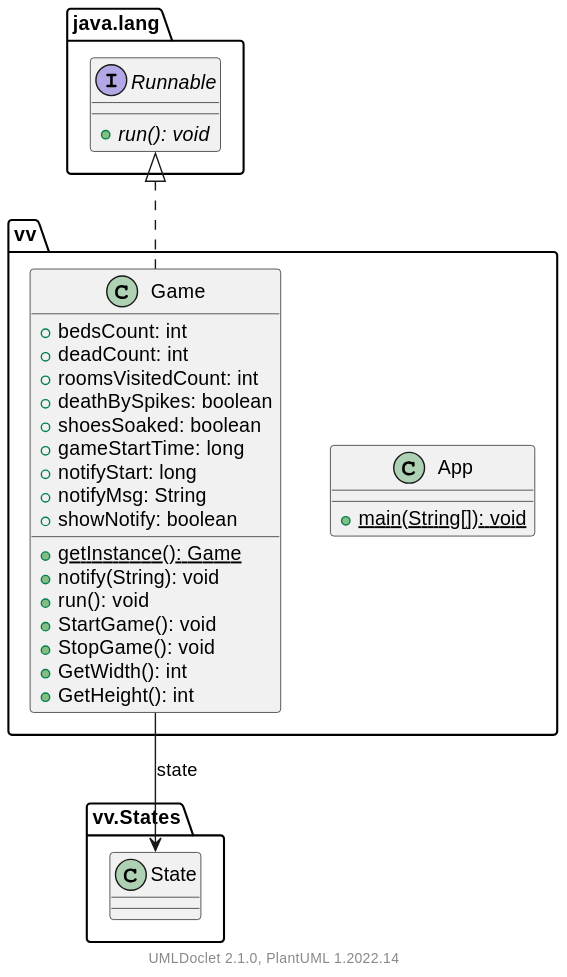
Earlier version of the PlantUML export docs/vv/package.svg (vieruuuu/valentin-vulture).
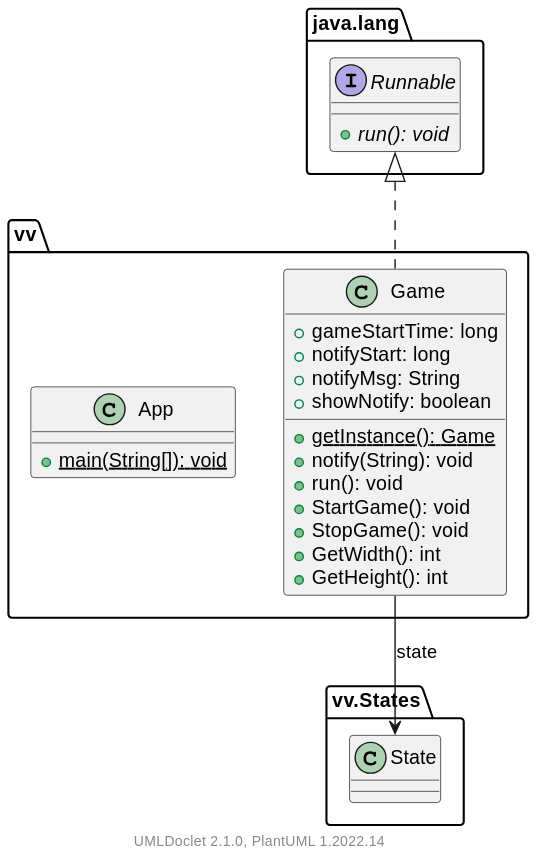
After the commit.

The edit, as a diff of the source:
```diff
@@ -1,16 +1,7 @@
 @startuml
     namespace vv {
 
-        class App [[App.html]] {
-            {static} +main(String[]): void
-        }
-
         class Game [[Game.html]] {
-            +bedsCount: int
-            +deadCount: int
-            +roomsVisitedCount: int
-            +deathBySpikes: boolean
-            +shoesSoaked: boolean
             +gameStartTime: long
             +notifyStart: long
             +notifyMsg: String
@@ -22,6 +13,10 @@
             +StopGame(): void
             +GetWidth(): int
             +GetHeight(): int
+        }
+
+        class App [[App.html]] {
+            {static} +main(String[]): void
         }
 
         java.lang.Runnable <|.. Game
```
